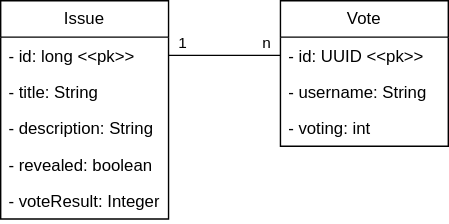
Earlier version of the draw.io export docs/data-model/data-model.svg (Friedinger/IssuePoker). Source tidied: cells renumbered, new cells last; positions are measured from the earlier drawing's top-left corner, leaving out a move shared by most shapes.
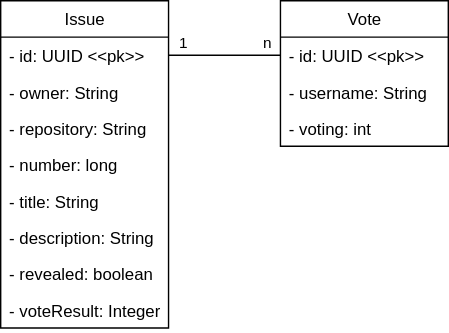
Above is the later version.

Commit message:
:memo: Update data model

Diff of the diagram source:
```diff
@@ -3,22 +3,31 @@
     <mxCell id="0" />
     <mxCell id="1" parent="0" />
     <mxCell id="2" value="Issue" style="swimlane;fontStyle=0;horizontal=1;startSize=26;fillColor=none;whiteSpace=wrap;html=1;" parent="1" vertex="1">
-      <mxGeometry width="120" height="156" as="geometry" />
+      <mxGeometry width="120" height="234" as="geometry" />
     </mxCell>
-    <mxCell id="3" value="- id: long &amp;lt;&amp;lt;pk&amp;gt;&amp;gt;" style="text;strokeColor=none;fillColor=none;align=left;verticalAlign=top;spacingLeft=4;spacingRight=4;overflow=hidden;points=[[0,0.5],[1,0.5]];portConstraint=eastwest;whiteSpace=wrap;html=1;" parent="2" vertex="1">
+    <mxCell id="3" value="- id: UUID &amp;lt;&amp;lt;pk&amp;gt;&amp;gt;" style="text;strokeColor=none;fillColor=none;align=left;verticalAlign=top;spacingLeft=4;spacingRight=4;overflow=hidden;points=[[0,0.5],[1,0.5]];portConstraint=eastwest;whiteSpace=wrap;html=1;" parent="2" vertex="1">
       <mxGeometry y="26" width="120" height="26" as="geometry" />
     </mxCell>
+    <mxCell id="15" value="- owner: String" style="text;strokeColor=none;fillColor=none;align=left;verticalAlign=top;spacingLeft=4;spacingRight=4;overflow=hidden;whiteSpace=wrap;html=1;" parent="2" vertex="1">
+      <mxGeometry y="52" width="120" height="26" as="geometry" />
+    </mxCell>
+    <mxCell id="16" value="- repository: String" style="text;strokeColor=none;fillColor=none;align=left;verticalAlign=top;spacingLeft=4;spacingRight=4;overflow=hidden;whiteSpace=wrap;html=1;" parent="2" vertex="1">
+      <mxGeometry y="78" width="120" height="26" as="geometry" />
+    </mxCell>
+    <mxCell id="17" value="- number: long" style="text;strokeColor=none;fillColor=none;align=left;verticalAlign=top;spacingLeft=4;spacingRight=4;overflow=hidden;whiteSpace=wrap;html=1;" parent="2" vertex="1">
+      <mxGeometry y="104" width="120" height="26" as="geometry" />
+    </mxCell>
     <mxCell id="4" value="- title: String" style="text;strokeColor=none;fillColor=none;align=left;verticalAlign=top;spacingLeft=4;spacingRight=4;overflow=hidden;whiteSpace=wrap;html=1;" parent="2" vertex="1">
-      <mxGeometry y="52" width="120" height="26" as="geometry" />
+      <mxGeometry y="130" width="120" height="26" as="geometry" />
     </mxCell>
     <mxCell id="5" value="- description: String" style="text;strokeColor=none;fillColor=none;align=left;verticalAlign=top;spacingLeft=4;spacingRight=4;overflow=hidden;whiteSpace=wrap;html=1;" parent="2" vertex="1">
-      <mxGeometry y="78" width="120" height="26" as="geometry" />
+      <mxGeometry y="156" width="120" height="26" as="geometry" />
     </mxCell>
     <mxCell id="6" value="- revealed: boolean" style="text;strokeColor=none;fillColor=none;align=left;verticalAlign=top;spacingLeft=4;spacingRight=4;overflow=hidden;whiteSpace=wrap;html=1;" parent="2" vertex="1">
-      <mxGeometry y="104" width="120" height="26" as="geometry" />
+      <mxGeometry y="182" width="120" height="26" as="geometry" />
     </mxCell>
     <mxCell id="7" value="- voteResult: Integer" style="text;strokeColor=none;fillColor=none;align=left;verticalAlign=top;spacingLeft=4;spacingRight=4;overflow=hidden;whiteSpace=wrap;html=1;" parent="2" vertex="1">
-      <mxGeometry y="130" width="120" height="26" as="geometry" />
+      <mxGeometry y="208" width="120" height="26" as="geometry" />
     </mxCell>
     <mxCell id="8" value="Vote" style="swimlane;fontStyle=0;horizontal=1;startSize=26;fillColor=none;whiteSpace=wrap;html=1;" parent="1" vertex="1">
       <mxGeometry x="200" width="120" height="104" as="geometry" />
```
